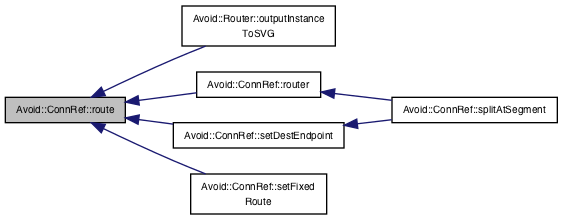
The Graphviz diagram documentation/classAvoid_1_1ConnRef_a0d90245fbe772d30723bd578efa3a45d_icgraph.png in mjwybrow/adaptagrams, before a commit. Its source is kept beside it as documentation/classAvoid_1_1ConnRef_a0d90245fbe772d30723bd578efa3a45d_icgraph.dot.
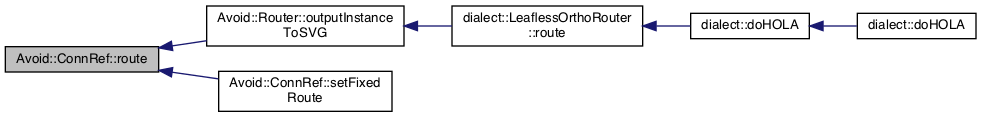
The same diagram one commit later.

Diff of the diagram source:
```diff
@@ -3,16 +3,15 @@
   edge [fontname="Helvetica",fontsize="10",labelfontname="Helvetica",labelfontsize="10"];
   node [fontname="Helvetica",fontsize="10",shape=record];
   rankdir="LR";
-  Node42 [label="Avoid::ConnRef::route",height=0.2,width=0.4,color="black", fillcolor="grey75", style="filled", fontcolor="black"];
-  Node42 -> Node43 [dir="back",color="midnightblue",fontsize="10",style="solid",fontname="Helvetica"];
-  Node43 [label="Avoid::Router::outputInstance\lToSVG",height=0.2,width=0.4,color="black", fillcolor="white", style="filled",URL="$classAvoid_1_1Router.html#a458aae2d6447e0958e4916a8c29bbb47",tooltip="Generates an SVG file containing debug output and code that can be used to regenerate the instance..."];
-  Node42 -> Node44 [dir="back",color="midnightblue",fontsize="10",style="solid",fontname="Helvetica"];
-  Node44 [label="Avoid::ConnRef::router",height=0.2,width=0.4,color="black", fillcolor="white", style="filled",URL="$classAvoid_1_1ConnRef.html#ace9257a67e94c7899c75af0362e5836f",tooltip="Returns a pointer to the router scene this connector is in. "];
-  Node44 -> Node45 [dir="back",color="midnightblue",fontsize="10",style="solid",fontname="Helvetica"];
-  Node45 [label="Avoid::ConnRef::splitAtSegment",height=0.2,width=0.4,color="black", fillcolor="white", style="filled",URL="$classAvoid_1_1ConnRef.html#a372f58a93c0296814de8d4a3075ad5e4",tooltip="Splits a connector in the centre of the segmentNth segment and creates a junction point there as well..."];
-  Node42 -> Node46 [dir="back",color="midnightblue",fontsize="10",style="solid",fontname="Helvetica"];
-  Node46 [label="Avoid::ConnRef::setDestEndpoint",height=0.2,width=0.4,color="black", fillcolor="white", style="filled",URL="$classAvoid_1_1ConnRef.html#a7b216c9aa42811f1f2786adbda84f02e",tooltip="Sets just a new destination endpoint for this connector. "];
-  Node46 -> Node45 [dir="back",color="midnightblue",fontsize="10",style="solid",fontname="Helvetica"];
-  Node42 -> Node47 [dir="back",color="midnightblue",fontsize="10",style="solid",fontname="Helvetica"];
-  Node47 [label="Avoid::ConnRef::setFixed\lRoute",height=0.2,width=0.4,color="black", fillcolor="white", style="filled",URL="$classAvoid_1_1ConnRef.html#a392eeffe4cdd76267b0d1bb654562382",tooltip="Sets a fixed user-specified route for this connector. "];
+  Node34 [label="Avoid::ConnRef::route",height=0.2,width=0.4,color="black", fillcolor="grey75", style="filled", fontcolor="black"];
+  Node34 -> Node35 [dir="back",color="midnightblue",fontsize="10",style="solid",fontname="Helvetica"];
+  Node35 [label="Avoid::Router::outputInstance\lToSVG",height=0.2,width=0.4,color="black", fillcolor="white", style="filled",URL="$classAvoid_1_1Router.html#a458aae2d6447e0958e4916a8c29bbb47",tooltip="Generates an SVG file containing debug output and code that can be used to regenerate the instance..."];
+  Node35 -> Node36 [dir="back",color="midnightblue",fontsize="10",style="solid",fontname="Helvetica"];
+  Node36 [label="dialect::LeaflessOrthoRouter\l::route",height=0.2,width=0.4,color="black", fillcolor="white", style="filled",URL="$classdialect_1_1LeaflessOrthoRouter.html#af58e911020f19a144303fc01e5b8c35e",tooltip="Do the routing. "];
+  Node36 -> Node37 [dir="back",color="midnightblue",fontsize="10",style="solid",fontname="Helvetica"];
+  Node37 [label="dialect::doHOLA",height=0.2,width=0.4,color="black", fillcolor="white", style="filled",URL="$namespacedialect.html#a05ccc4c149e1b5902ec827bfabd3cf76",tooltip="Apply the HOLA layout algorithm to the given Graph. See Steve Kieffer, Tim Dwyer, Kim Marriott..."];
+  Node37 -> Node38 [dir="back",color="midnightblue",fontsize="10",style="solid",fontname="Helvetica"];
+  Node38 [label="dialect::doHOLA",height=0.2,width=0.4,color="black", fillcolor="white", style="filled",URL="$namespacedialect.html#a24766038e1a9ccd99997ea31c42b432a",tooltip="Convenience function to do HOLA layout with default options. "];
+  Node34 -> Node39 [dir="back",color="midnightblue",fontsize="10",style="solid",fontname="Helvetica"];
+  Node39 [label="Avoid::ConnRef::setFixed\lRoute",height=0.2,width=0.4,color="black", fillcolor="white", style="filled",URL="$classAvoid_1_1ConnRef.html#a392eeffe4cdd76267b0d1bb654562382",tooltip="Sets a fixed user-specified route for this connector. "];
 }
```
